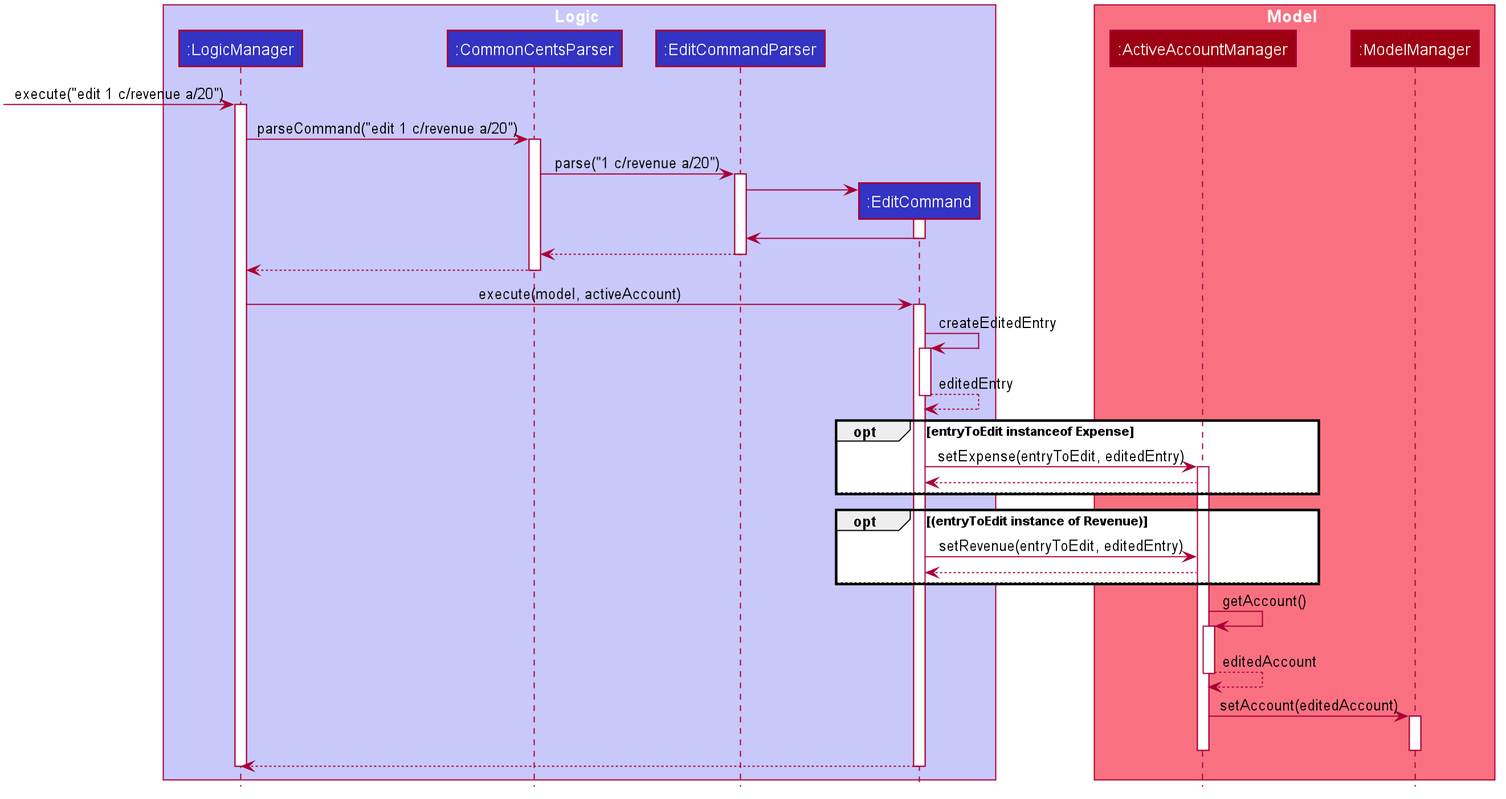
Earlier version of the PlantUML export docs/images/EditSequenceDiagram.png (nus-cs2103-AY2021S1/tp).
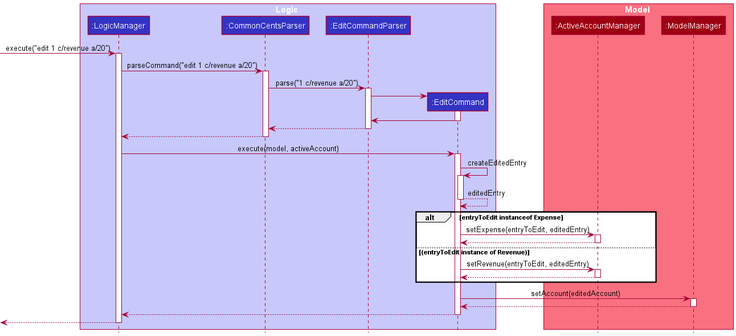
Above is the later version.

What changed in the source:
```diff
@@ -1,64 +1,16 @@
 @startuml
+!include style.puml
 
-
-
-
-
-
-
-
-
-skinparam BackgroundColor #FFFFFFF
-
-skinparam Shadowing false
-
-skinparam Class {
-    FontColor #FFFFFF
-    BorderThickness 1
-    BorderColor #FFFFFF
-    StereotypeFontColor #FFFFFF
-    FontName Arial
-}
-
-skinparam Actor {
-    BorderColor #000000
-    Color #000000
-    FontName Arial
-}
-
-skinparam Sequence {
-    MessageAlign center
-    BoxFontSize 15
-    BoxPadding 0
-    BoxFontColor #FFFFFF
-    FontName Arial
-}
-
-skinparam Participant {
-    FontColor #FFFFFFF
-    Padding 20
-}
-
-skinparam MinClassWidth 50
-skinparam ParticipantPadding 10
-skinparam Shadowing false
-skinparam DefaultTextAlignment center
-skinparam packageStyle Rectangle
-
-hide footbox
-hide members
-hide circle
-
-box Logic #C8C8FA
-participant ":LogicManager" as LogicManager #3333C4
-participant ":CommonCentsParser" as CommonCentsParser #3333C4
-participant ":EditCommandParser" as EditCommandParser #3333C4
-participant ":EditCommand" as EditCommand #3333C4
+box Logic LOGIC_COLOR_T1
+participant ":LogicManager" as LogicManager LOGIC_COLOR
+participant ":CommonCentsParser" as CommonCentsParser LOGIC_COLOR
+participant ":EditCommandParser" as EditCommandParser LOGIC_COLOR
+participant ":EditCommand" as EditCommand LOGIC_COLOR
 end box
 
-box Model #F97181
-participant ":ActiveAccountManager" as ActiveAccount #9D0012
-participant ":ModelManager" as Model #9D0012
+box Model MODEL_COLOR_T1
+participant ":ActiveAccountManager" as ActiveAccount MODEL_COLOR
+participant ":ModelManager" as Model MODEL_COLOR
 end box
 
 [-> LogicManager : execute("edit 1 c/revenue a/20")
@@ -90,33 +42,28 @@
 return editedEntry
 autoactivate off
 
-opt entryToEdit instanceof Expense
+alt entryToEdit instanceof Expense
 EditCommand -> ActiveAccount: setExpense(entryToEdit, editedEntry)
 activate ActiveAccount
+ActiveAccount --> EditCommand
+deactivate ActiveAccount
 
+else (entryToEdit instance of Revenue)
+EditCommand -> ActiveAccount: setRevenue(entryToEdit, editedEntry)
+activate ActiveAccount
 ActiveAccount --> EditCommand
-else
+deactivate ActiveAccount
 end
 
-opt (entryToEdit instance of Revenue)
-EditCommand -> ActiveAccount: setRevenue(entryToEdit, editedEntry)
-
-
-ActiveAccount --> EditCommand
-else
-end
-autoactivate on
-ActiveAccount -> ActiveAccount: getAccount()
-return editedAccount
-autoactivate off
-ActiveAccount -> Model: setAccount(editedAccount)
+EditCommand -> Model: setAccount(editedAccount)
 activate Model
-deactivate ActiveAccount
+Model --> EditCommand
 deactivate Model
 
 
 EditCommand --> LogicManager
 deactivate EditCommand
 
+[<--LogicManager
 deactivate LogicManager
 @enduml
```
